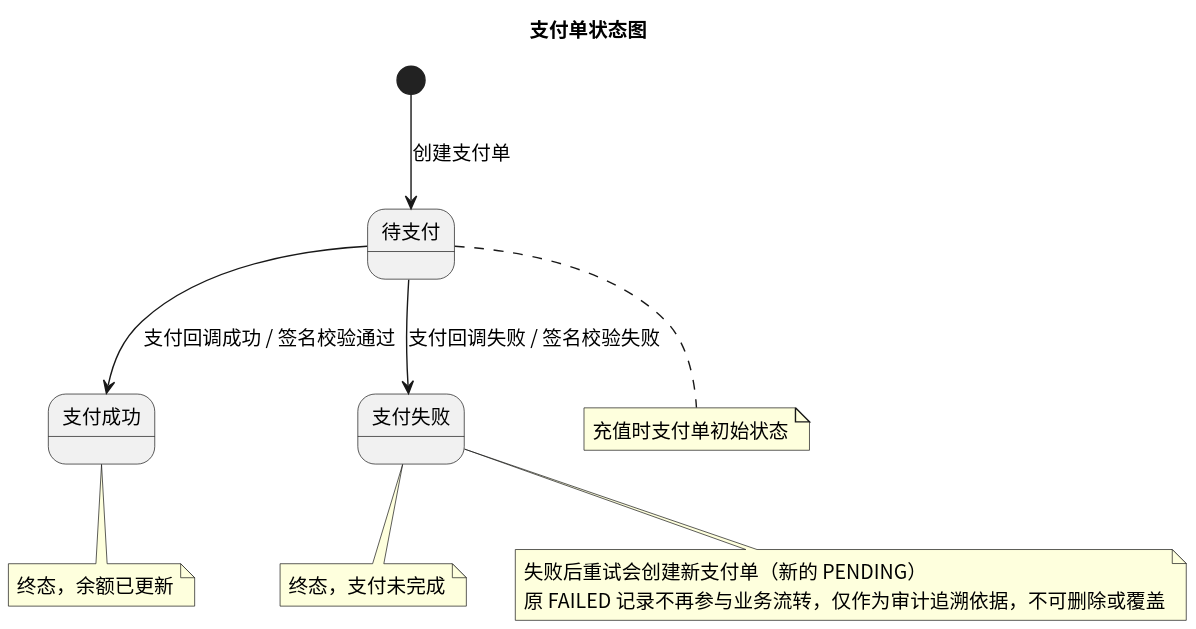
Before: status/img/state_payment.svg, a diagram exported from PlantUML (greenhandzdl/charging-station-doc).
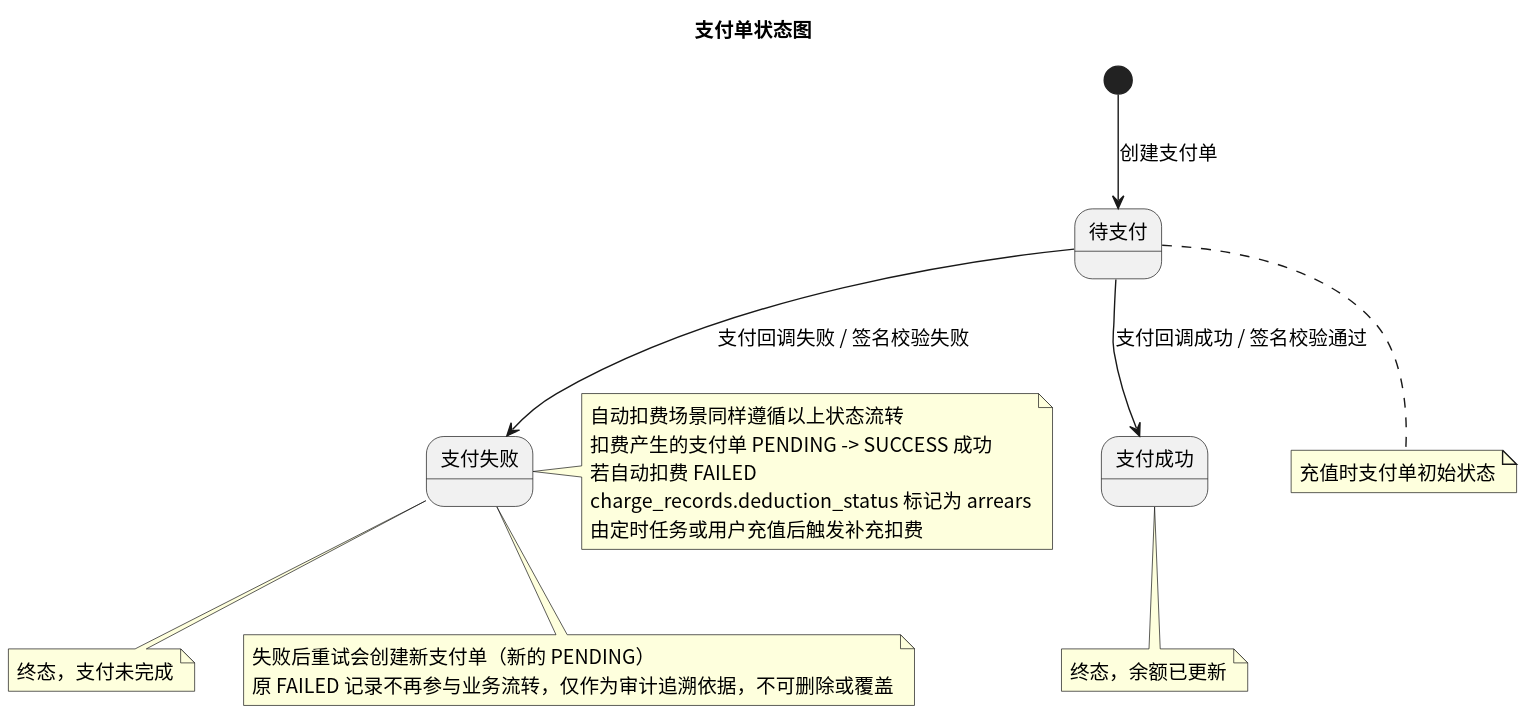
Above is the later version.

What changed in the source:
```diff
@@ -15,4 +15,6 @@
 note bottom of SUCCESS : 终态，余额已更新
 note bottom of FAILED : 终态，支付未完成
 note bottom of FAILED : 失败后重试会创建新支付单（新的 PENDING）\n原 FAILED 记录不再参与业务流转，仅作为审计追溯依据，不可删除或覆盖
+
+note right of FAILED : 自动扣费场景同样遵循以上状态流转\n扣费产生的支付单 PENDING -> SUCCESS 成功\n若自动扣费 FAILED\ncharge_records.deduction_status 标记为 arrears\n由定时任务或用户充值后触发补充扣费
 @enduml
```
